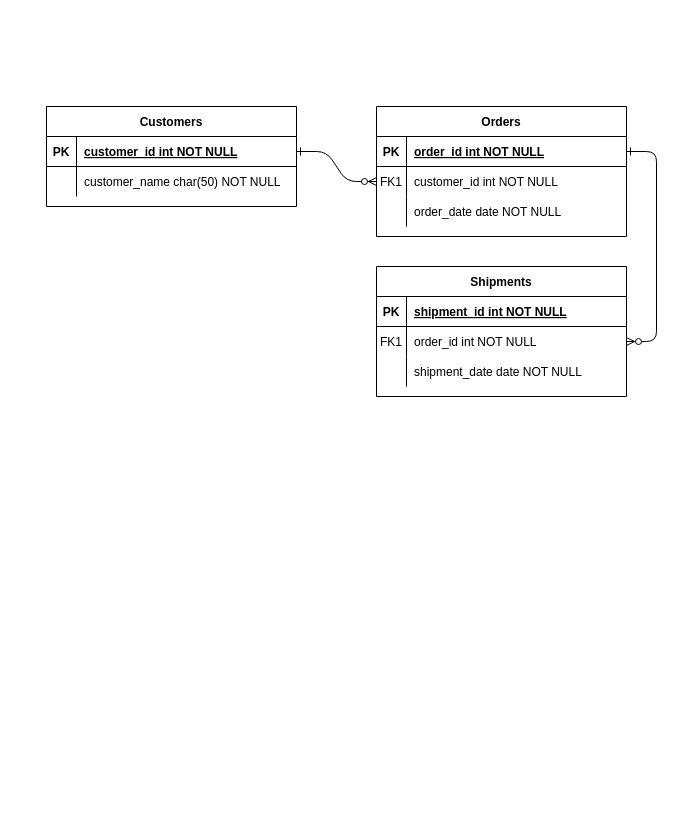
KOO-YS/poc-java keeps this draw.io diagram as pricing_plan.drawio. Above is the earlier version. Source tidied: cells renumbered, new cells numbered last; positions are measured from the earlier drawing's top-left corner, leaving out a move shared by most shapes. Both pictures are drawn from the tidied source at 100%, with x=0, y=0 at pixel (46, 106).
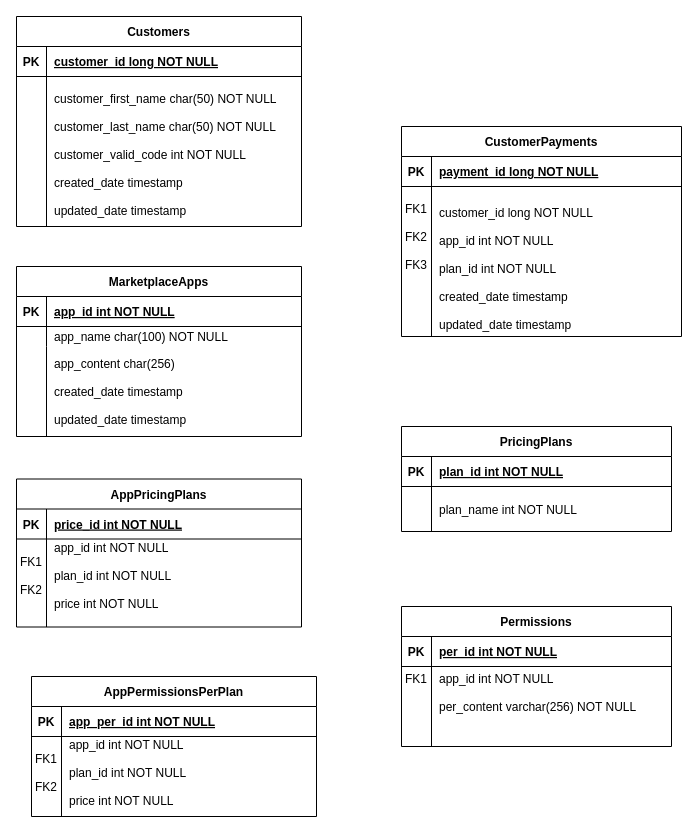
After the change.

Commit message:
draw pricing_plan schema

What changed in the source:
```diff
@@
-    <mxCell id="2" style="edgeStyle=entityRelationEdgeStyle;endArrow=ERzeroToMany;startArrow=ERone;endFill=1;startFill=0;" parent="1" edge="1" source="25" target="8">
-      <mxGeometry relative="1" as="geometry" />
-    </mxCell>
-    <mxCell id="3" style="edgeStyle=entityRelationEdgeStyle;endArrow=ERzeroToMany;startArrow=ERone;endFill=1;startFill=0;" parent="1" edge="1" source="5" target="18">
-      <mxGeometry relative="1" as="geometry" />
-    </mxCell>
-    <mxCell id="4" value="Orders" style="shape=table;startSize=30;childLayout=tableLayout;rowLines=0;fontStyle=1;align=center;" parent="1" vertex="1">
-      <mxGeometry x="330" width="250" height="130" as="geometry" />
+    <mxCell id="4" value="MarketplaceApps" style="shape=table;startSize=30;childLayout=tableLayout;rowLines=0;fontStyle=1;align=center;" parent="1" vertex="1">
+      <mxGeometry x="-30" y="160" width="285" height="170" as="geometry" />
     </mxCell>
     <mxCell id="5" style="shape=partialRectangle;fillColor=none;points=[[0,0.5],[1,0.5]];portConstraint=eastwest;top=0;left=0;right=0;bottom=1;" parent="4" vertex="1">
-      <mxGeometry y="30" width="250" height="30" as="geometry" />
+      <mxGeometry y="30" width="285" height="30" as="geometry" />
     </mxCell>
@@
-    <mxCell id="7" value="order_id int NOT NULL " style="shape=partialRectangle;overflow=hidden;fillColor=none;top=0;left=0;bottom=0;right=0;align=left;spacingLeft=6;fontStyle=5;" parent="5" vertex="1">
-      <mxGeometry x="30" width="220" height="30" as="geometry" />
+    <mxCell id="7" value="app_id int NOT NULL " style="shape=partialRectangle;overflow=hidden;fillColor=none;top=0;left=0;bottom=0;right=0;align=left;spacingLeft=6;fontStyle=5;" parent="5" vertex="1">
+      <mxGeometry x="30" width="255" height="30" as="geometry" />
     </mxCell>
+    <mxCell id="11" style="shape=partialRectangle;fillColor=none;top=0;left=0;right=0;bottom=0;" parent="4" vertex="1">
+      <mxGeometry y="60" width="285" height="20" as="geometry" />
+    </mxCell>
+    <mxCell id="12" style="shape=partialRectangle;overflow=hidden;fillColor=none;top=0;left=0;bottom=0;right=0;" parent="11" vertex="1">
+      <mxGeometry width="30" height="20" as="geometry" />
+    </mxCell>
+    <mxCell id="13" value="app_name char(100) NOT NULL" style="shape=partialRectangle;overflow=hidden;fillColor=none;top=0;left=0;bottom=0;right=0;align=left;spacingLeft=6;" parent="11" vertex="1">
+      <mxGeometry x="30" width="255" height="20" as="geometry" />
+    </mxCell>
     <mxCell id="8" style="shape=partialRectangle;fillColor=none;points=[[0,0.5],[1,0.5]];portConstraint=eastwest;top=0;left=0;right=0;bottom=0;" parent="4" vertex="1">
-      <mxGeometry y="60" width="250" height="30" as="geometry" />
+      <mxGeometry y="80" width="285" height="90" as="geometry" />
     </mxCell>
-    <mxCell id="9" value="FK1" style="shape=partialRectangle;overflow=hidden;fillColor=none;top=0;left=0;bottom=0;right=0;" parent="8" vertex="1">
-      <mxGeometry width="30" height="30" as="geometry" />
+    <mxCell id="9" style="shape=partialRectangle;overflow=hidden;fillColor=none;top=0;left=0;bottom=0;right=0;" parent="8" vertex="1">
+      <mxGeometry width="30" height="90" as="geometry" />
     </mxCell>
-    <mxCell id="10" value="customer_id int NOT NULL" style="shape=partialRectangle;overflow=hidden;fillColor=none;top=0;left=0;bottom=0;right=0;align=left;spacingLeft=6;" parent="8" vertex="1">
-      <mxGeometry x="30" width="220" height="30" as="geometry" />
+    <mxCell id="10" value="app_content char(256)&#10;&#10;created_date timestamp &#10;&#10;updated_date timestamp" style="shape=partialRectangle;overflow=hidden;fillColor=none;top=0;left=0;bottom=0;right=0;align=left;spacingLeft=6;" parent="8" vertex="1">
+      <mxGeometry x="30" width="255" height="90" as="geometry" />
     </mxCell>
-    <mxCell id="11" style="shape=partialRectangle;fillColor=none;top=0;left=0;right=0;bottom=0;" parent="4" vertex="1">
-      <mxGeometry y="90" width="250" height="30" as="geometry" />
-    </mxCell>
-    <mxCell id="12" style="shape=partialRectangle;overflow=hidden;fillColor=none;top=0;left=0;bottom=0;right=0;" parent="11" vertex="1">
-      <mxGeometry width="30" height="30" as="geometry" />
-    </mxCell>
-    <mxCell id="13" value="order_date date NOT NULL" style="shape=partialRectangle;overflow=hidden;fillColor=none;top=0;left=0;bottom=0;right=0;align=left;spacingLeft=6;" parent="11" vertex="1">
-      <mxGeometry x="30" width="220" height="30" as="geometry" />
-    </mxCell>
-    <mxCell id="14" value="Shipments" style="shape=table;startSize=30;childLayout=tableLayout;rowLines=0;fontStyle=1;align=center;" parent="1" vertex="1">
-      <mxGeometry x="330" y="160" width="250" height="130" as="geometry" />
+    <mxCell id="14" value="PricingPlans" style="shape=table;startSize=30;childLayout=tableLayout;rowLines=0;fontStyle=1;align=center;" parent="1" vertex="1">
+      <mxGeometry x="355" y="320" width="270" height="105" as="geometry" />
     </mxCell>
     <mxCell id="15" style="shape=partialRectangle;fillColor=none;top=0;left=0;right=0;bottom=1;" parent="14" vertex="1">
-      <mxGeometry y="30" width="250" height="30" as="geometry" />
+      <mxGeometry y="30" width="270" height="30" as="geometry" />
     </mxCell>
@@
-    <mxCell id="17" value="shipment_id int NOT NULL " style="shape=partialRectangle;overflow=hidden;fillColor=none;top=0;left=0;bottom=0;right=0;align=left;spacingLeft=6;fontStyle=5;" parent="15" vertex="1">
-      <mxGeometry x="30" width="220" height="30" as="geometry" />
+    <mxCell id="17" value="plan_id int NOT NULL " style="shape=partialRectangle;overflow=hidden;fillColor=none;top=0;left=0;bottom=0;right=0;align=left;spacingLeft=6;fontStyle=5;" parent="15" vertex="1">
+      <mxGeometry x="30" width="240" height="30" as="geometry" />
     </mxCell>
     <mxCell id="18" style="shape=partialRectangle;fillColor=none;points=[[0,0.5],[1,0.5]];portConstraint=eastwest;top=0;left=0;right=0;bottom=0;" parent="14" vertex="1">
-      <mxGeometry y="60" width="250" height="30" as="geometry" />
+      <mxGeometry y="60" width="270" height="45" as="geometry" />
     </mxCell>
-    <mxCell id="19" value="FK1" style="shape=partialRectangle;overflow=hidden;fillColor=none;top=0;left=0;bottom=0;right=0;" parent="18" vertex="1">
-      <mxGeometry width="30" height="30" as="geometry" />
+    <mxCell id="19" style="shape=partialRectangle;overflow=hidden;fillColor=none;top=0;left=0;bottom=0;right=0;" parent="18" vertex="1">
+      <mxGeometry width="30" height="45" as="geometry" />
     </mxCell>
-    <mxCell id="20" value="order_id int NOT NULL" style="shape=partialRectangle;overflow=hidden;fillColor=none;top=0;left=0;bottom=0;right=0;align=left;spacingLeft=6;" parent="18" vertex="1">
-      <mxGeometry x="30" width="220" height="30" as="geometry" />
+    <mxCell id="20" value="plan_name int NOT NULL" style="shape=partialRectangle;overflow=hidden;fillColor=none;top=0;left=0;bottom=0;right=0;align=left;spacingLeft=6;" parent="18" vertex="1">
+      <mxGeometry x="30" width="240" height="45" as="geometry" />
     </mxCell>
-    <mxCell id="21" style="shape=partialRectangle;fillColor=none;top=0;left=0;right=0;bottom=0;" parent="14" vertex="1">
-      <mxGeometry y="90" width="250" height="30" as="geometry" />
-    </mxCell>
-    <mxCell id="22" style="shape=partialRectangle;overflow=hidden;fillColor=none;top=0;left=0;bottom=0;right=0;" parent="21" vertex="1">
-      <mxGeometry width="30" height="30" as="geometry" />
-    </mxCell>
-    <mxCell id="23" value="shipment_date date NOT NULL" style="shape=partialRectangle;overflow=hidden;fillColor=none;top=0;left=0;bottom=0;right=0;align=left;spacingLeft=6;" parent="21" vertex="1">
-      <mxGeometry x="30" width="220" height="30" as="geometry" />
-    </mxCell>
     <mxCell id="24" value="Customers" style="shape=table;startSize=30;childLayout=tableLayout;rowLines=0;fontStyle=1;align=center;" parent="1" vertex="1">
-      <mxGeometry width="250" height="100" as="geometry" />
+      <mxGeometry x="-30" y="-90" width="285" height="210" as="geometry" />
     </mxCell>
     <mxCell id="25" style="shape=partialRectangle;fillColor=none;points=[[0,0.5],[1,0.5]];portConstraint=eastwest;top=0;left=0;right=0;bottom=1;" parent="24" vertex="1">
-      <mxGeometry y="30" width="250" height="30" as="geometry" />
+      <mxGeometry y="30" width="285" height="30" as="geometry" />
     </mxCell>
@@
-    <mxCell id="27" value="customer_id int NOT NULL " style="shape=partialRectangle;overflow=hidden;fillColor=none;top=0;left=0;bottom=0;right=0;align=left;spacingLeft=6;fontStyle=5;" parent="25" vertex="1">
-      <mxGeometry x="30" width="220" height="30" as="geometry" />
+    <mxCell id="27" value="customer_id long NOT NULL " style="shape=partialRectangle;overflow=hidden;fillColor=none;top=0;left=0;bottom=0;right=0;align=left;spacingLeft=6;fontStyle=5;" parent="25" vertex="1">
+      <mxGeometry x="30" width="255" height="30" as="geometry" />
     </mxCell>
     <mxCell id="28" style="shape=partialRectangle;fillColor=none;top=0;left=0;right=0;bottom=0;" parent="24" vertex="1">
-      <mxGeometry y="60" width="250" height="30" as="geometry" />
+      <mxGeometry y="60" width="285" height="150" as="geometry" />
     </mxCell>
     <mxCell id="29" style="shape=partialRectangle;overflow=hidden;fillColor=none;top=0;left=0;bottom=0;right=0;" parent="28" vertex="1">
-      <mxGeometry width="30" height="30" as="geometry" />
+      <mxGeometry width="30" height="150" as="geometry" />
     </mxCell>
-    <mxCell id="30" value="customer_name char(50) NOT NULL" style="shape=partialRectangle;overflow=hidden;fillColor=none;top=0;left=0;bottom=0;right=0;align=left;spacingLeft=6;" parent="28" vertex="1">
-      <mxGeometry x="30" width="220" height="30" as="geometry" />
+    <mxCell id="30" value="&#10;customer_first_name char(50) NOT NULL&#10;&#10;customer_last_name char(50) NOT NULL&#10;&#10;customer_valid_code int NOT NULL&#10;&#10;created_date timestamp &#10;&#10;updated_date timestamp&#10;&#10;" style="shape=partialRectangle;overflow=hidden;fillColor=none;top=0;left=0;bottom=0;right=0;align=left;spacingLeft=6;" parent="28" vertex="1">
+      <mxGeometry x="30" width="255" height="150" as="geometry" />
     </mxCell>
+    <mxCell id="31" value="AppPricingPlans" style="shape=table;startSize=30;childLayout=tableLayout;rowLines=0;fontStyle=1;align=center;" parent="1" vertex="1">
+      <mxGeometry x="-30" y="372.5" width="285" height="148" as="geometry" />
+    </mxCell>
+    <mxCell id="32" style="shape=partialRectangle;fillColor=none;top=0;left=0;right=0;bottom=1;" parent="31" vertex="1">
+      <mxGeometry y="30" width="285" height="30" as="geometry" />
+    </mxCell>
+    <mxCell id="33" value="PK" style="shape=partialRectangle;overflow=hidden;fillColor=none;top=0;left=0;bottom=0;right=0;fontStyle=1;" parent="32" vertex="1">
+      <mxGeometry width="30" height="30" as="geometry" />
+    </mxCell>
+    <mxCell id="34" value="price_id int NOT NULL " style="shape=partialRectangle;overflow=hidden;fillColor=none;top=0;left=0;bottom=0;right=0;align=left;spacingLeft=6;fontStyle=5;" parent="32" vertex="1">
+      <mxGeometry x="30" width="255" height="30" as="geometry" />
+    </mxCell>
+    <mxCell id="35" style="shape=partialRectangle;fillColor=none;top=0;left=0;right=0;bottom=0;" parent="31" vertex="1">
+      <mxGeometry y="60" width="285" height="88" as="geometry" />
+    </mxCell>
+    <mxCell id="36" value="&#10;FK1&#10;&#10;FK2&#10;&#10;&#10;" style="shape=partialRectangle;overflow=hidden;fillColor=none;top=0;left=0;bottom=0;right=0;" parent="35" vertex="1">
+      <mxGeometry width="30" height="88" as="geometry" />
+    </mxCell>
+    <mxCell id="37" value="app_id int NOT NULL&#10;&#10;plan_id int NOT NULL&#10;&#10;price int NOT NULL&#10;&#10;&#10;&#10;" style="shape=partialRectangle;overflow=hidden;fillColor=none;top=0;left=0;bottom=0;right=0;align=left;spacingLeft=6;" parent="35" vertex="1">
+      <mxGeometry x="30" width="255" height="88" as="geometry" />
+    </mxCell>
+    <mxCell id="38" value="AppPermissionsPerPlan" style="shape=table;startSize=30;childLayout=tableLayout;rowLines=0;fontStyle=1;align=center;" parent="1" vertex="1">
+      <mxGeometry x="-15" y="570" width="285" height="140" as="geometry" />
+    </mxCell>
+    <mxCell id="39" style="shape=partialRectangle;fillColor=none;top=0;left=0;right=0;bottom=1;" parent="38" vertex="1">
+      <mxGeometry y="30" width="285" height="30" as="geometry" />
+    </mxCell>
+    <mxCell id="40" value="PK" style="shape=partialRectangle;overflow=hidden;fillColor=none;top=0;left=0;bottom=0;right=0;fontStyle=1;" parent="39" vertex="1">
+      <mxGeometry width="30" height="30" as="geometry" />
+    </mxCell>
+    <mxCell id="41" value="app_per_id int NOT NULL " style="shape=partialRectangle;overflow=hidden;fillColor=none;top=0;left=0;bottom=0;right=0;align=left;spacingLeft=6;fontStyle=5;" parent="39" vertex="1">
+      <mxGeometry x="30" width="255" height="30" as="geometry" />
+    </mxCell>
+    <mxCell id="42" style="shape=partialRectangle;fillColor=none;top=0;left=0;right=0;bottom=0;" parent="38" vertex="1">
+      <mxGeometry y="60" width="285" height="80" as="geometry" />
+    </mxCell>
+    <mxCell id="43" value="&#10;FK1&#10;&#10;FK2&#10;&#10;&#10;" style="shape=partialRectangle;overflow=hidden;fillColor=none;top=0;left=0;bottom=0;right=0;" parent="42" vertex="1">
+      <mxGeometry width="30" height="80" as="geometry" />
+    </mxCell>
+    <mxCell id="44" value="app_id int NOT NULL&#10;&#10;plan_id int NOT NULL&#10;&#10;price int NOT NULL&#10;&#10;&#10;&#10;" style="shape=partialRectangle;overflow=hidden;fillColor=none;top=0;left=0;bottom=0;right=0;align=left;spacingLeft=6;" parent="42" vertex="1">
+      <mxGeometry x="30" width="255" height="80" as="geometry" />
+    </mxCell>
+    <mxCell id="45" value="Permissions" style="shape=table;startSize=30;childLayout=tableLayout;rowLines=0;fontStyle=1;align=center;" parent="1" vertex="1">
+      <mxGeometry x="355" y="500" width="270" height="140" as="geometry" />
+    </mxCell>
+    <mxCell id="46" style="shape=partialRectangle;fillColor=none;top=0;left=0;right=0;bottom=1;" parent="45" vertex="1">
+      <mxGeometry y="30" width="270" height="30" as="geometry" />
+    </mxCell>
+    <mxCell id="47" value="PK" style="shape=partialRectangle;overflow=hidden;fillColor=none;top=0;left=0;bottom=0;right=0;fontStyle=1;" parent="46" vertex="1">
+      <mxGeometry width="30" height="30" as="geometry" />
+    </mxCell>
+    <mxCell id="48" value="per_id int NOT NULL " style="shape=partialRectangle;overflow=hidden;fillColor=none;top=0;left=0;bottom=0;right=0;align=left;spacingLeft=6;fontStyle=5;" parent="46" vertex="1">
+      <mxGeometry x="30" width="240" height="30" as="geometry" />
+    </mxCell>
+    <mxCell id="49" style="shape=partialRectangle;fillColor=none;top=0;left=0;right=0;bottom=0;" parent="45" vertex="1">
+      <mxGeometry y="60" width="270" height="80" as="geometry" />
+    </mxCell>
+    <mxCell id="50" value="FK1&#10;&#10;&#10;&#10;" style="shape=partialRectangle;overflow=hidden;fillColor=none;top=0;left=0;bottom=0;right=0;" parent="49" vertex="1">
+      <mxGeometry width="30" height="80" as="geometry" />
+    </mxCell>
+    <mxCell id="51" value="app_id int NOT NULL&#10;&#10;per_content varchar(256) NOT NULL&#10;&#10;" style="shape=partialRectangle;overflow=hidden;fillColor=none;top=0;left=0;bottom=0;right=0;align=left;spacingLeft=6;" parent="49" vertex="1">
+      <mxGeometry x="30" width="240" height="80" as="geometry" />
+    </mxCell>
+    <mxCell id="52" value="CustomerPayments" style="shape=table;startSize=30;childLayout=tableLayout;rowLines=0;fontStyle=1;align=center;" parent="1" vertex="1">
+      <mxGeometry x="355" y="20" width="280" height="210" as="geometry" />
+    </mxCell>
+    <mxCell id="53" style="shape=partialRectangle;fillColor=none;top=0;left=0;right=0;bottom=1;" parent="52" vertex="1">
+      <mxGeometry y="30" width="280" height="30" as="geometry" />
+    </mxCell>
+    <mxCell id="54" value="PK" style="shape=partialRectangle;overflow=hidden;fillColor=none;top=0;left=0;bottom=0;right=0;fontStyle=1;" parent="53" vertex="1">
+      <mxGeometry width="30" height="30" as="geometry" />
+    </mxCell>
+    <mxCell id="55" value="payment_id long NOT NULL " style="shape=partialRectangle;overflow=hidden;fillColor=none;top=0;left=0;bottom=0;right=0;align=left;spacingLeft=6;fontStyle=5;" parent="53" vertex="1">
+      <mxGeometry x="30" width="250" height="30" as="geometry" />
+    </mxCell>
+    <mxCell id="56" style="shape=partialRectangle;fillColor=none;top=0;left=0;right=0;bottom=0;" parent="52" vertex="1">
+      <mxGeometry y="60" width="280" height="150" as="geometry" />
+    </mxCell>
+    <mxCell id="57" value="&#10;FK1&#10;&#10;FK2&#10;&#10;FK3&#10;&#10;&#10;&#10;&#10;&#10;&#10;&#10;" style="shape=partialRectangle;overflow=hidden;fillColor=none;top=0;left=0;bottom=0;right=0;" parent="56" vertex="1">
+      <mxGeometry width="30" height="150" as="geometry" />
+    </mxCell>
+    <mxCell id="58" value="&#10;customer_id long NOT NULL&#10;&#10;app_id int NOT NULL&#10;&#10;plan_id int NOT NULL&#10;&#10;created_date timestamp &#10;&#10;updated_date timestamp" style="shape=partialRectangle;overflow=hidden;fillColor=none;top=0;left=0;bottom=0;right=0;align=left;spacingLeft=6;" parent="56" vertex="1">
+      <mxGeometry x="30" width="250" height="150" as="geometry" />
+    </mxCell>
```
